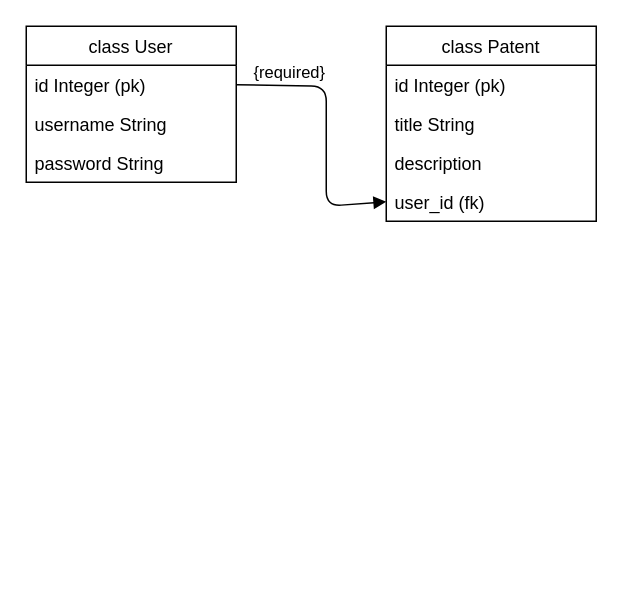
Before: patentschema.drawio in ryan-dev-flat/patent, a draw.io diagram. Source tidied: cells renumbered, new cells numbered last; positions are measured from the earlier drawing's top-left corner, leaving out a move shared by most shapes. Both pictures are drawn from the tidied source at 150%, with x=0, y=0 at pixel (26, 26).
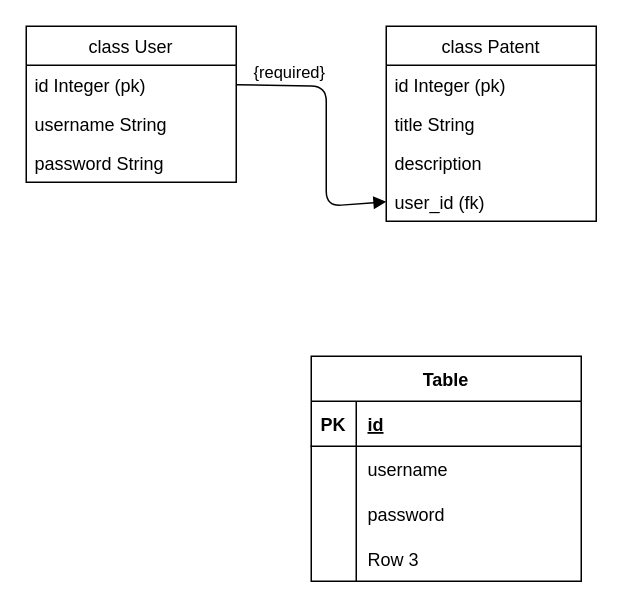
Above is the later version.

Commit message (it also covers changes not shown here):
added models and methods for patentability analysis, join table for patents and users, basic validations; worked on readme schema and react hierarchy

Change to the diagram source:
```diff
@@
+    <mxCell id="12" value="Table" style="shape=table;startSize=30;childLayout=tableLayout;rowLines=0;fontStyle=1;align=center;" parent="1" vertex="1">
+      <mxGeometry x="190" y="220" width="180" height="150" as="geometry" />
+    </mxCell>
+    <mxCell id="13" style="shape=tableRow;horizontal=0;startSize=0;swimlaneHead=0;swimlaneBody=0;fillColor=none;top=0;left=0;right=0;bottom=1;" parent="12" vertex="1">
+      <mxGeometry y="30" width="180" height="30" as="geometry" />
+    </mxCell>
+    <mxCell id="14" value="PK" style="shape=partialRectangle;fillColor=none;top=0;left=0;bottom=0;right=0;fontStyle=1;overflow=hidden;" parent="13" vertex="1">
+      <mxGeometry width="30" height="30" as="geometry" />
+    </mxCell>
+    <mxCell id="15" value="id" style="shape=partialRectangle;fillColor=none;top=0;left=0;bottom=0;right=0;align=left;spacingLeft=6;fontStyle=5;overflow=hidden;" parent="13" vertex="1">
+      <mxGeometry x="30" width="150" height="30" as="geometry" />
+    </mxCell>
+    <mxCell id="16" style="shape=tableRow;horizontal=0;startSize=0;swimlaneHead=0;swimlaneBody=0;fillColor=none;top=0;left=0;right=0;bottom=0;" parent="12" vertex="1">
+      <mxGeometry y="60" width="180" height="30" as="geometry" />
+    </mxCell>
+    <mxCell id="17" style="shape=partialRectangle;fillColor=none;top=0;left=0;bottom=0;right=0;overflow=hidden;" parent="16" vertex="1">
+      <mxGeometry width="30" height="30" as="geometry" />
+    </mxCell>
+    <mxCell id="18" value="username" style="shape=partialRectangle;fillColor=none;top=0;left=0;bottom=0;right=0;align=left;spacingLeft=6;overflow=hidden;" parent="16" vertex="1">
+      <mxGeometry x="30" width="150" height="30" as="geometry" />
+    </mxCell>
+    <mxCell id="19" style="shape=tableRow;horizontal=0;startSize=0;swimlaneHead=0;swimlaneBody=0;fillColor=none;top=0;left=0;right=0;bottom=0;" parent="12" vertex="1">
+      <mxGeometry y="90" width="180" height="30" as="geometry" />
+    </mxCell>
+    <mxCell id="20" style="shape=partialRectangle;fillColor=none;top=0;left=0;bottom=0;right=0;overflow=hidden;" parent="19" vertex="1">
+      <mxGeometry width="30" height="30" as="geometry" />
+    </mxCell>
+    <mxCell id="21" value="password" style="shape=partialRectangle;fillColor=none;top=0;left=0;bottom=0;right=0;align=left;spacingLeft=6;overflow=hidden;" parent="19" vertex="1">
+      <mxGeometry x="30" width="150" height="30" as="geometry" />
+    </mxCell>
+    <mxCell id="22" style="shape=tableRow;horizontal=0;startSize=0;swimlaneHead=0;swimlaneBody=0;fillColor=none;top=0;left=0;right=0;bottom=0;" parent="12" vertex="1">
+      <mxGeometry y="120" width="180" height="30" as="geometry" />
+    </mxCell>
+    <mxCell id="23" style="shape=partialRectangle;fillColor=none;top=0;left=0;bottom=0;right=0;overflow=hidden;" parent="22" vertex="1">
+      <mxGeometry width="30" height="30" as="geometry" />
+    </mxCell>
+    <mxCell id="24" value="Row 3" style="shape=partialRectangle;fillColor=none;top=0;left=0;bottom=0;right=0;align=left;spacingLeft=6;overflow=hidden;" parent="22" vertex="1">
+      <mxGeometry x="30" width="150" height="30" as="geometry" />
+    </mxCell>
```
